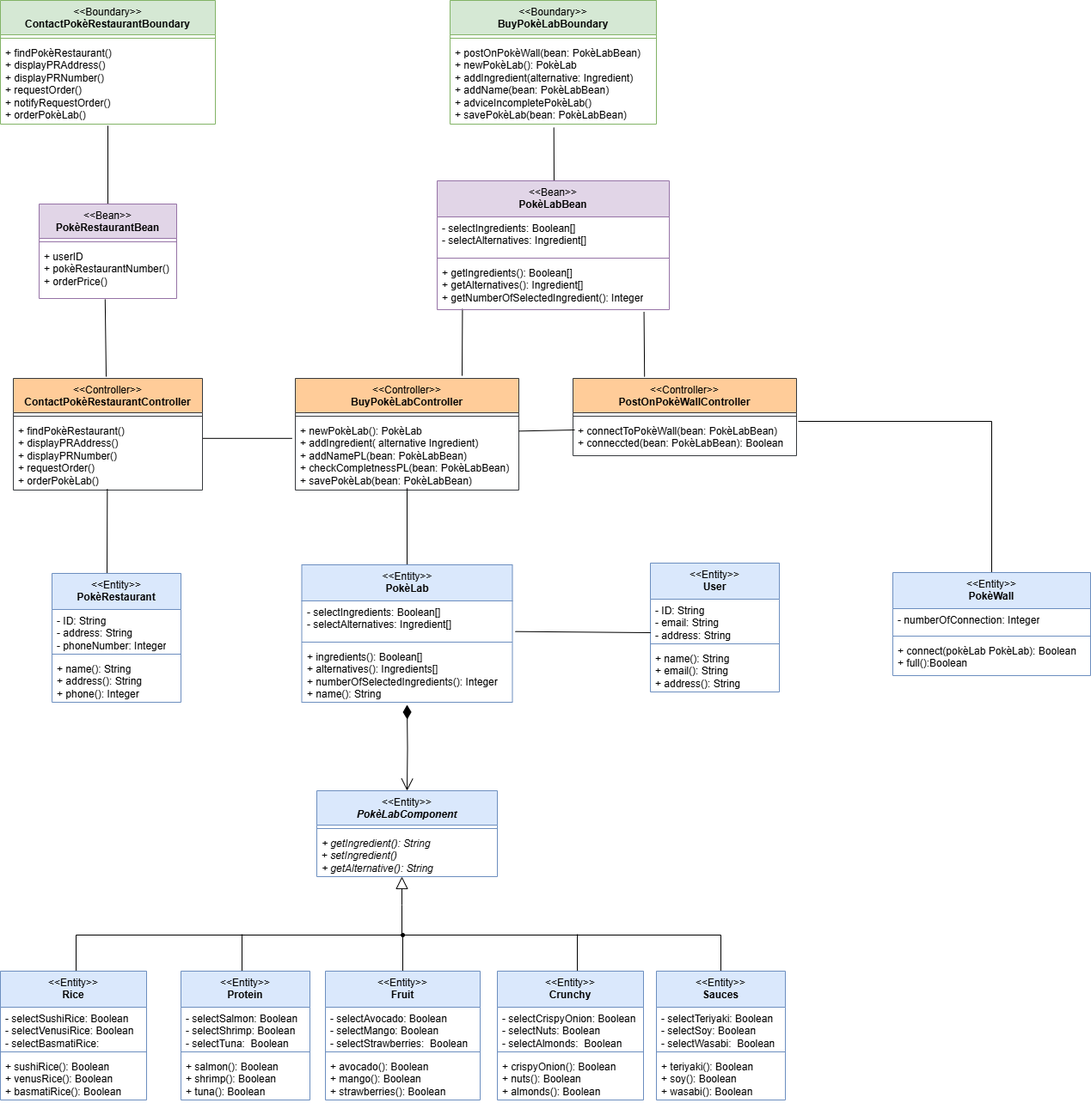
The draw.io diagram diagrams/BCE.drawio.png in matteopinfildi/ISPW-Project, before a commit. Source tidied: cells renumbered, new cells last; positions are measured from the earlier drawing's top-left corner, leaving out a move shared by most shapes.
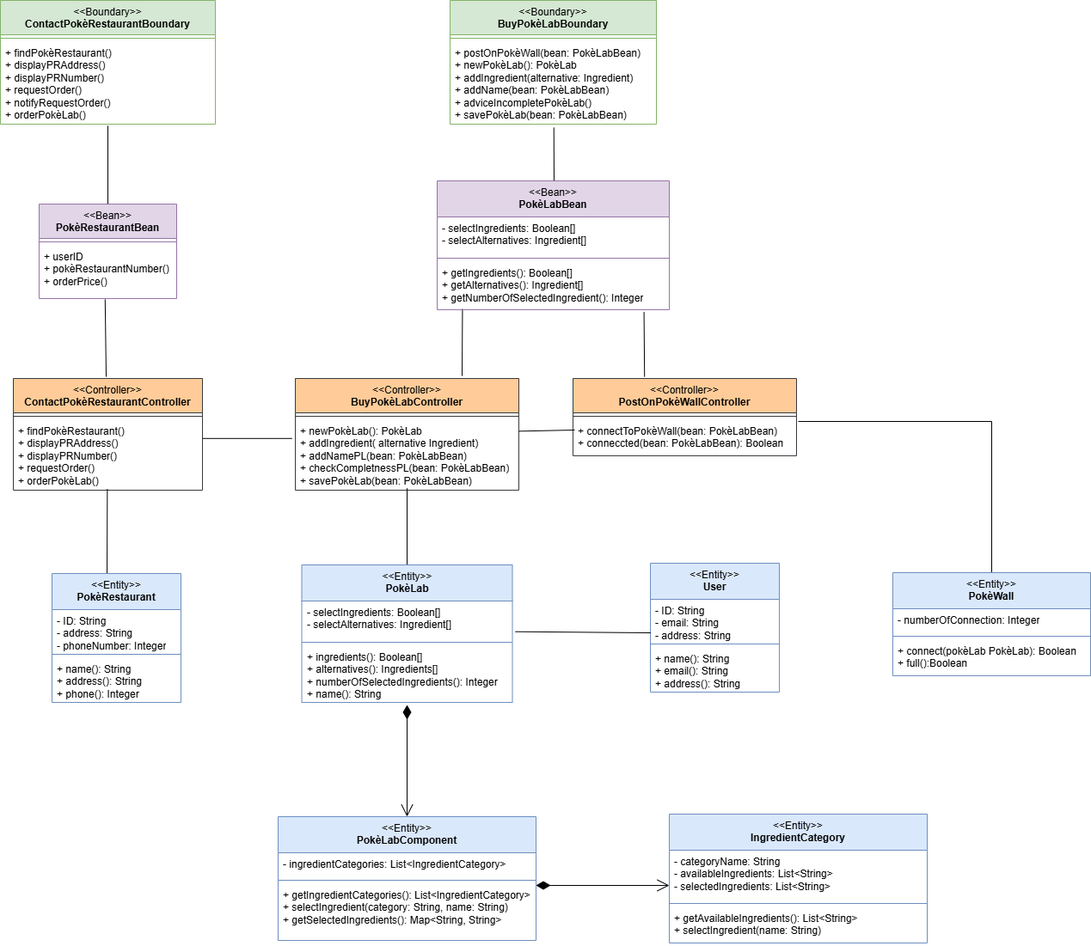
Above is the later version.

What changed in the source:
```diff
@@ -103,53 +103,6 @@
         <mxPoint x="473" y="660" as="sourcePoint" />
       </mxGeometry>
     </mxCell>
-    <mxCell id="30" value="&lt;div&gt;&lt;span style=&quot;font-weight: normal;&quot;&gt;&amp;lt;&amp;lt;Entity&amp;gt;&amp;gt;&lt;/span&gt;&lt;/div&gt;&lt;i&gt;PokèLabComponent&lt;/i&gt;" style="swimlane;fontStyle=1;align=center;verticalAlign=top;horizontal=1;startSize=40;whiteSpace=wrap;html=1;fillColor=#dae8fc;strokeColor=#6c8ebf;" parent="1" vertex="1">
-      <mxGeometry x="368" y="920" width="210" height="100" as="geometry" />
-    </mxCell>
-    <mxCell id="31" style="line;strokeWidth=1;fillColor=none;align=left;verticalAlign=middle;spacingTop=-1;spacingLeft=3;spacingRight=3;labelPosition=right;strokeColor=inherit;" parent="30" vertex="1">
-      <mxGeometry y="40" width="210" height="8" as="geometry" />
-    </mxCell>
-    <mxCell id="32" value="&lt;i&gt;+ getIngredient(): String&lt;/i&gt;&lt;div&gt;+&amp;nbsp;&lt;i&gt;setIngredient()&amp;nbsp;&lt;/i&gt;&lt;i&gt;&lt;/i&gt;&lt;/div&gt;&lt;div&gt;&lt;i&gt;+ getAlternative(): String&lt;/i&gt;&lt;i&gt;&lt;/i&gt;&lt;/div&gt;&lt;div&gt;&lt;br&gt;&lt;/div&gt;" style="text;strokeColor=none;fillColor=none;align=left;verticalAlign=top;spacingLeft=4;spacingRight=4;overflow=hidden;whiteSpace=wrap;html=1;" parent="30" vertex="1">
-      <mxGeometry y="48" width="210" height="52" as="geometry" />
-    </mxCell>
-    <mxCell id="33" style="edgeStyle=orthogonalEdgeStyle;rounded=0;orthogonalLoop=1;jettySize=auto;html=1;exitX=0.5;exitY=0;exitDx=0;exitDy=0;endArrow=none;endFill=0;" parent="1" edge="1">
-      <mxGeometry relative="1" as="geometry">
-        <mxPoint x="281" y="1137" as="sourcePoint" />
-        <mxPoint x="281" y="1087" as="targetPoint" />
-      </mxGeometry>
-    </mxCell>
-    <mxCell id="34" style="edgeStyle=orthogonalEdgeStyle;rounded=0;orthogonalLoop=1;jettySize=auto;html=1;exitX=0.5;exitY=0;exitDx=0;exitDy=0;endArrow=none;endFill=0;" parent="1" edge="1">
-      <mxGeometry relative="1" as="geometry">
-        <mxPoint x="671" y="1137" as="sourcePoint" />
-        <mxPoint x="671" y="1087" as="targetPoint" />
-      </mxGeometry>
-    </mxCell>
-    <mxCell id="35" style="verticalAlign=bottom;html=1;ellipse;fillColor=strokeColor;fontFamily=Helvetica;fontSize=11;fontColor=default;" parent="1" vertex="1">
-      <mxGeometry x="466" y="1086" width="4" height="4" as="geometry" />
-    </mxCell>
-    <mxCell id="36" style="edgeStyle=elbowEdgeStyle;html=1;endSize=12;endArrow=block;endFill=0;elbow=horizontal;rounded=0;labelBackgroundColor=default;fontFamily=Helvetica;fontSize=11;fontColor=default;shape=connector;entryX=0.468;entryY=0.988;entryDx=0;entryDy=0;entryPerimeter=0;" parent="1" edge="1" source="35">
-      <mxGeometry x="1" relative="1" as="geometry">
-        <mxPoint x="467" y="1020" as="targetPoint" />
-      </mxGeometry>
-    </mxCell>
-    <mxCell id="37" style="edgeStyle=elbowEdgeStyle;html=1;elbow=vertical;verticalAlign=bottom;endArrow=none;rounded=0;labelBackgroundColor=default;fontFamily=Helvetica;fontSize=11;fontColor=default;startSize=14;shape=connector;entryX=0.5;entryY=0;entryDx=0;entryDy=0;exitX=0.438;exitY=0;exitDx=0;exitDy=0;exitPerimeter=0;" parent="1" edge="1">
-      <mxGeometry x="1" relative="1" as="geometry">
-        <mxPoint x="468" y="1133" as="sourcePoint" />
-        <mxPoint x="88" y="1133" as="targetPoint" />
-        <Array as="points">
-          <mxPoint x="428" y="1088" />
-        </Array>
-      </mxGeometry>
-    </mxCell>
-    <mxCell id="38" style="endArrow=none;html=1;rounded=0;" parent="1" edge="1">
-      <mxGeometry relative="1" as="geometry">
-        <mxPoint x="468" y="1088" as="sourcePoint" />
-        <mxPoint x="838" y="1130" as="targetPoint" />
-        <Array as="points">
-          <mxPoint x="838" y="1088" />
-        </Array>
-      </mxGeometry>
-    </mxCell>
     <mxCell id="39" value="&lt;div&gt;&lt;span style=&quot;font-weight: 400;&quot;&gt;&amp;lt;&amp;lt;Entity&amp;gt;&amp;gt;&lt;/span&gt;&lt;br&gt;&lt;/div&gt;PokèLab" style="swimlane;fontStyle=1;align=center;verticalAlign=top;horizontal=1;startSize=42;whiteSpace=wrap;html=1;fillColor=#dae8fc;strokeColor=#6c8ebf;" parent="1" vertex="1">
       <mxGeometry x="350.5" y="657" width="245" height="160" as="geometry" />
     </mxCell>
@@ -162,23 +115,12 @@
     <mxCell id="42" value="+ ingredients(): Boolean[]&lt;div&gt;&lt;div&gt;+ alternatives(&lt;span style=&quot;background-color: initial;&quot;&gt;): Ingredients[]&lt;/span&gt;&lt;/div&gt;&lt;div&gt;+ numberOfSelectedIngredients(): Integer&lt;/div&gt;&lt;div&gt;&lt;span style=&quot;background-color: initial; color: light-dark(rgb(0, 0, 0), rgb(255, 255, 255));&quot;&gt;+ name(): String&lt;/span&gt;&lt;/div&gt;&lt;/div&gt;" style="text;strokeColor=none;fillColor=none;align=left;verticalAlign=top;spacingLeft=4;spacingRight=4;overflow=hidden;whiteSpace=wrap;html=1;" parent="39" vertex="1">
       <mxGeometry y="94" width="245" height="66" as="geometry" />
     </mxCell>
-    <mxCell id="43" style="endArrow=open;html=1;endSize=12;startArrow=diamondThin;startSize=14;startFill=1;edgeStyle=orthogonalEdgeStyle;align=left;verticalAlign=bottom;rounded=0;entryX=0.5;entryY=0;entryDx=0;entryDy=0;" parent="1" edge="1" target="30">
+    <mxCell id="43" style="endArrow=open;html=1;endSize=12;startArrow=diamondThin;startSize=14;startFill=1;edgeStyle=orthogonalEdgeStyle;align=left;verticalAlign=bottom;rounded=0;" parent="1" edge="1">
       <mxGeometry x="-1" y="3" relative="1" as="geometry">
         <mxPoint x="473" y="820" as="sourcePoint" />
+        <mxPoint x="473" y="950" as="targetPoint" />
       </mxGeometry>
     </mxCell>
-    <mxCell id="44" value="&lt;div&gt;&lt;span style=&quot;font-weight: 400;&quot;&gt;&amp;lt;&amp;lt;Entity&amp;gt;&amp;gt;&lt;/span&gt;&lt;br&gt;&lt;/div&gt;Rice" style="swimlane;fontStyle=1;align=center;verticalAlign=top;horizontal=1;startSize=42;whiteSpace=wrap;html=1;fillColor=#dae8fc;strokeColor=#6c8ebf;" parent="1" vertex="1">
-      <mxGeometry y="1130" width="170" height="150" as="geometry" />
-    </mxCell>
-    <mxCell id="45" value="- selectSushiRice: Boolean&lt;div&gt;- selectVenusiRice: Boolean&lt;/div&gt;&lt;div&gt;- selectBasmatiRice:&amp;nbsp; Boolean&lt;/div&gt;" style="text;strokeColor=none;fillColor=none;align=left;verticalAlign=top;spacingLeft=4;spacingRight=4;overflow=hidden;whiteSpace=wrap;html=1;" parent="44" vertex="1">
-      <mxGeometry y="42" width="170" height="48" as="geometry" />
-    </mxCell>
-    <mxCell id="46" style="line;strokeWidth=1;fillColor=none;align=left;verticalAlign=middle;spacingTop=-1;spacingLeft=3;spacingRight=3;labelPosition=right;strokeColor=inherit;" parent="44" vertex="1">
-      <mxGeometry y="90" width="170" height="8" as="geometry" />
-    </mxCell>
-    <mxCell id="47" value="+ sushiRice(): Boolean&lt;div&gt;+ venusRice(): Boolean&lt;/div&gt;&lt;div&gt;+ basmatiRice(): Boolean&lt;/div&gt;" style="text;strokeColor=none;fillColor=none;align=left;verticalAlign=top;spacingLeft=4;spacingRight=4;overflow=hidden;whiteSpace=wrap;html=1;" parent="44" vertex="1">
-      <mxGeometry y="98" width="170" height="52" as="geometry" />
-    </mxCell>
     <mxCell id="48" value="&lt;div&gt;&lt;span style=&quot;font-weight: 400;&quot;&gt;&amp;lt;&amp;lt;Entity&amp;gt;&amp;gt;&lt;/span&gt;&lt;br&gt;&lt;/div&gt;PokèWall" style="swimlane;fontStyle=1;align=center;verticalAlign=top;horizontal=1;startSize=42;whiteSpace=wrap;html=1;fillColor=#dae8fc;strokeColor=#6c8ebf;" parent="1" vertex="1">
       <mxGeometry x="1038" y="666" width="230" height="120" as="geometry" />
     </mxCell>
@@ -230,53 +172,35 @@
     <mxCell id="64" value="+ name(): String&lt;div&gt;+ address(): String&lt;/div&gt;&lt;div&gt;+ phone(&lt;span style=&quot;background-color: initial;&quot;&gt;): Integer&lt;/span&gt;&lt;/div&gt;" style="text;strokeColor=none;fillColor=none;align=left;verticalAlign=top;spacingLeft=4;spacingRight=4;overflow=hidden;whiteSpace=wrap;html=1;" parent="61" vertex="1">
       <mxGeometry y="98" width="150" height="52" as="geometry" />
     </mxCell>
-    <mxCell id="65" value="&lt;div&gt;&lt;span style=&quot;font-weight: 400;&quot;&gt;&amp;lt;&amp;lt;Entity&amp;gt;&amp;gt;&lt;/span&gt;&lt;br&gt;&lt;/div&gt;Protein" style="swimlane;fontStyle=1;align=center;verticalAlign=top;horizontal=1;startSize=42;whiteSpace=wrap;html=1;fillColor=#dae8fc;strokeColor=#6c8ebf;" parent="1" vertex="1">
-      <mxGeometry x="210" y="1130" width="150" height="150" as="geometry" />
-    </mxCell>
-    <mxCell id="66" value="- selectSalmon: Boolean&lt;div&gt;- selectShrimp: Boolean&lt;/div&gt;&lt;div&gt;- selectTuna:&amp;nbsp; Boolean&lt;/div&gt;" style="text;strokeColor=none;fillColor=none;align=left;verticalAlign=top;spacingLeft=4;spacingRight=4;overflow=hidden;whiteSpace=wrap;html=1;" parent="65" vertex="1">
-      <mxGeometry y="42" width="150" height="48" as="geometry" />
-    </mxCell>
-    <mxCell id="67" style="line;strokeWidth=1;fillColor=none;align=left;verticalAlign=middle;spacingTop=-1;spacingLeft=3;spacingRight=3;labelPosition=right;strokeColor=inherit;" parent="65" vertex="1">
-      <mxGeometry y="90" width="150" height="8" as="geometry" />
-    </mxCell>
-    <mxCell id="68" value="+ salmon(): Boolean&lt;div&gt;+ shrimp(): Boolean&lt;/div&gt;&lt;div&gt;+ tuna(): Boolean&lt;/div&gt;" style="text;strokeColor=none;fillColor=none;align=left;verticalAlign=top;spacingLeft=4;spacingRight=4;overflow=hidden;whiteSpace=wrap;html=1;" parent="65" vertex="1">
-      <mxGeometry y="98" width="150" height="52" as="geometry" />
-    </mxCell>
-    <mxCell id="69" value="&lt;div&gt;&lt;span style=&quot;font-weight: 400;&quot;&gt;&amp;lt;&amp;lt;Entity&amp;gt;&amp;gt;&lt;/span&gt;&lt;br&gt;&lt;/div&gt;Fruit" style="swimlane;fontStyle=1;align=center;verticalAlign=top;horizontal=1;startSize=42;whiteSpace=wrap;html=1;fillColor=#dae8fc;strokeColor=#6c8ebf;" parent="1" vertex="1">
-      <mxGeometry x="378" y="1130" width="180" height="150" as="geometry" />
-    </mxCell>
-    <mxCell id="70" value="- selectAvocado: Boolean&lt;div&gt;- selectMango: Boolean&lt;/div&gt;&lt;div&gt;- selectStrawberries:&amp;nbsp; Boolean&lt;/div&gt;" style="text;strokeColor=none;fillColor=none;align=left;verticalAlign=top;spacingLeft=4;spacingRight=4;overflow=hidden;whiteSpace=wrap;html=1;" parent="69" vertex="1">
-      <mxGeometry y="42" width="180" height="48" as="geometry" />
-    </mxCell>
-    <mxCell id="71" style="line;strokeWidth=1;fillColor=none;align=left;verticalAlign=middle;spacingTop=-1;spacingLeft=3;spacingRight=3;labelPosition=right;strokeColor=inherit;" parent="69" vertex="1">
-      <mxGeometry y="90" width="180" height="8" as="geometry" />
-    </mxCell>
-    <mxCell id="72" value="+ avocado(): Boolean&lt;div&gt;+ mango(): Boolean&lt;/div&gt;&lt;div&gt;+ strawberries(): Boolean&lt;/div&gt;" style="text;strokeColor=none;fillColor=none;align=left;verticalAlign=top;spacingLeft=4;spacingRight=4;overflow=hidden;whiteSpace=wrap;html=1;" parent="69" vertex="1">
-      <mxGeometry y="98" width="180" height="52" as="geometry" />
-    </mxCell>
-    <mxCell id="73" value="&lt;div&gt;&lt;span style=&quot;font-weight: 400;&quot;&gt;&amp;lt;&amp;lt;Entity&amp;gt;&amp;gt;&lt;/span&gt;&lt;br&gt;&lt;/div&gt;Crunchy" style="swimlane;fontStyle=1;align=center;verticalAlign=top;horizontal=1;startSize=42;whiteSpace=wrap;html=1;fillColor=#dae8fc;strokeColor=#6c8ebf;" parent="1" vertex="1">
-      <mxGeometry x="578" y="1130" width="170" height="150" as="geometry" />
-    </mxCell>
-    <mxCell id="74" value="- selectCrispyOnion: Boolean&lt;div&gt;- selectNuts: Boolean&lt;/div&gt;&lt;div&gt;- selectAlmonds:&amp;nbsp; Boolean&lt;/div&gt;" style="text;strokeColor=none;fillColor=none;align=left;verticalAlign=top;spacingLeft=4;spacingRight=4;overflow=hidden;whiteSpace=wrap;html=1;" parent="73" vertex="1">
-      <mxGeometry y="42" width="170" height="48" as="geometry" />
-    </mxCell>
-    <mxCell id="75" style="line;strokeWidth=1;fillColor=none;align=left;verticalAlign=middle;spacingTop=-1;spacingLeft=3;spacingRight=3;labelPosition=right;strokeColor=inherit;" parent="73" vertex="1">
-      <mxGeometry y="90" width="170" height="8" as="geometry" />
-    </mxCell>
-    <mxCell id="76" value="+ crispyOnion(): Boolean&lt;div&gt;+ nuts(): Boolean&lt;/div&gt;&lt;div&gt;+ almonds(): Boolean&lt;/div&gt;" style="text;strokeColor=none;fillColor=none;align=left;verticalAlign=top;spacingLeft=4;spacingRight=4;overflow=hidden;whiteSpace=wrap;html=1;" parent="73" vertex="1">
-      <mxGeometry y="98" width="170" height="52" as="geometry" />
-    </mxCell>
-    <mxCell id="77" value="&lt;div&gt;&lt;span style=&quot;font-weight: 400;&quot;&gt;&amp;lt;&amp;lt;Entity&amp;gt;&amp;gt;&lt;/span&gt;&lt;br&gt;&lt;/div&gt;Sauces" style="swimlane;fontStyle=1;align=center;verticalAlign=top;horizontal=1;startSize=42;whiteSpace=wrap;html=1;fillColor=#dae8fc;strokeColor=#6c8ebf;" parent="1" vertex="1">
-      <mxGeometry x="763" y="1130" width="150" height="150" as="geometry" />
-    </mxCell>
-    <mxCell id="78" value="- selectTeriyaki: Boolean&lt;div&gt;- selectSoy: Boolean&lt;/div&gt;&lt;div&gt;- selectWasabi:&amp;nbsp; Boolean&lt;/div&gt;" style="text;strokeColor=none;fillColor=none;align=left;verticalAlign=top;spacingLeft=4;spacingRight=4;overflow=hidden;whiteSpace=wrap;html=1;" parent="77" vertex="1">
-      <mxGeometry y="42" width="150" height="48" as="geometry" />
-    </mxCell>
-    <mxCell id="79" style="line;strokeWidth=1;fillColor=none;align=left;verticalAlign=middle;spacingTop=-1;spacingLeft=3;spacingRight=3;labelPosition=right;strokeColor=inherit;" parent="77" vertex="1">
-      <mxGeometry y="90" width="150" height="8" as="geometry" />
-    </mxCell>
-    <mxCell id="80" value="+ teriyaki(): Boolean&lt;div&gt;+ soy(): Boolean&lt;/div&gt;&lt;div&gt;+ wasabi(): Boolean&lt;/div&gt;" style="text;strokeColor=none;fillColor=none;align=left;verticalAlign=top;spacingLeft=4;spacingRight=4;overflow=hidden;whiteSpace=wrap;html=1;" parent="77" vertex="1">
-      <mxGeometry y="98" width="150" height="52" as="geometry" />
-    </mxCell>
+    <mxCell id="30" value="&lt;div&gt;&lt;span style=&quot;font-weight: 400;&quot;&gt;&amp;lt;&amp;lt;Entity&amp;gt;&amp;gt;&lt;/span&gt;&lt;br&gt;&lt;/div&gt;PokèLabComponent" style="swimlane;fontStyle=1;align=center;verticalAlign=top;horizontal=1;startSize=42;whiteSpace=wrap;html=1;fillColor=#dae8fc;strokeColor=#6c8ebf;" parent="1" vertex="1">
+      <mxGeometry x="323" y="950" width="300" height="144" as="geometry" />
+    </mxCell>
+    <mxCell id="81" value="- ingredientCategories: List&amp;lt;IngredientCategory&amp;gt;" style="text;strokeColor=none;fillColor=none;align=left;verticalAlign=top;spacingLeft=4;spacingRight=4;overflow=hidden;whiteSpace=wrap;html=1;" parent="30" vertex="1">
+      <mxGeometry y="42" width="300" height="28" as="geometry" />
+    </mxCell>
+    <mxCell id="82" style="line;strokeWidth=1;fillColor=none;align=left;verticalAlign=middle;spacingTop=-1;spacingLeft=3;spacingRight=3;labelPosition=right;strokeColor=inherit;" parent="30" vertex="1">
+      <mxGeometry y="70" width="300" height="8" as="geometry" />
+    </mxCell>
+    <mxCell id="83" value="+ getIngredientCategories(): List&amp;lt;IngredientCategory&amp;gt;&lt;div&gt;+ selectIngredient(category: String, name: String)&lt;/div&gt;&lt;div&gt;+ getSelectedIngredients(): Map&amp;lt;String, String&amp;gt;&lt;/div&gt;" style="text;strokeColor=none;fillColor=none;align=left;verticalAlign=top;spacingLeft=4;spacingRight=4;overflow=hidden;whiteSpace=wrap;html=1;" parent="30" vertex="1">
+      <mxGeometry y="78" width="300" height="66" as="geometry" />
+    </mxCell>
+    <mxCell id="84" style="endArrow=open;html=1;endSize=12;startArrow=diamondThin;startSize=14;startFill=1;edgeStyle=orthogonalEdgeStyle;align=left;verticalAlign=bottom;rounded=0;" parent="1" edge="1">
+      <mxGeometry x="-1" y="3" relative="1" as="geometry">
+        <mxPoint x="623" y="1030" as="sourcePoint" />
+        <mxPoint x="778" y="1030" as="targetPoint" />
+      </mxGeometry>
+    </mxCell>
+    <mxCell id="85" value="&lt;div&gt;&lt;span style=&quot;font-weight: 400;&quot;&gt;&amp;lt;&amp;lt;Entity&amp;gt;&amp;gt;&lt;/span&gt;&lt;br&gt;&lt;/div&gt;IngredientCategory" style="swimlane;fontStyle=1;align=center;verticalAlign=top;horizontal=1;startSize=42;whiteSpace=wrap;html=1;fillColor=#dae8fc;strokeColor=#6c8ebf;" parent="1" vertex="1">
+      <mxGeometry x="778" y="947" width="300" height="150" as="geometry" />
+    </mxCell>
+    <mxCell id="86" value="- categoryName: String&lt;div&gt;- availableIngredients: List&amp;lt;String&amp;gt;&lt;/div&gt;&lt;div&gt;- selectedIngredients: List&amp;lt;String&amp;gt;&lt;/div&gt;" style="text;strokeColor=none;fillColor=none;align=left;verticalAlign=top;spacingLeft=4;spacingRight=4;overflow=hidden;whiteSpace=wrap;html=1;" parent="85" vertex="1">
+      <mxGeometry y="42" width="300" height="58" as="geometry" />
+    </mxCell>
+    <mxCell id="87" style="line;strokeWidth=1;fillColor=none;align=left;verticalAlign=middle;spacingTop=-1;spacingLeft=3;spacingRight=3;labelPosition=right;strokeColor=inherit;" parent="85" vertex="1">
+      <mxGeometry y="100" width="300" height="8" as="geometry" />
+    </mxCell>
+    <mxCell id="88" value="+ getAvailableIngredients(): List&amp;lt;String&amp;gt;&lt;div&gt;+ selectIngredient(name: String)&lt;/div&gt;" style="text;strokeColor=none;fillColor=none;align=left;verticalAlign=top;spacingLeft=4;spacingRight=4;overflow=hidden;whiteSpace=wrap;html=1;" parent="85" vertex="1">
+      <mxGeometry y="108" width="300" height="42" as="geometry" />
+    </mxCell>
   </root>
 </mxGraphModel>
```
